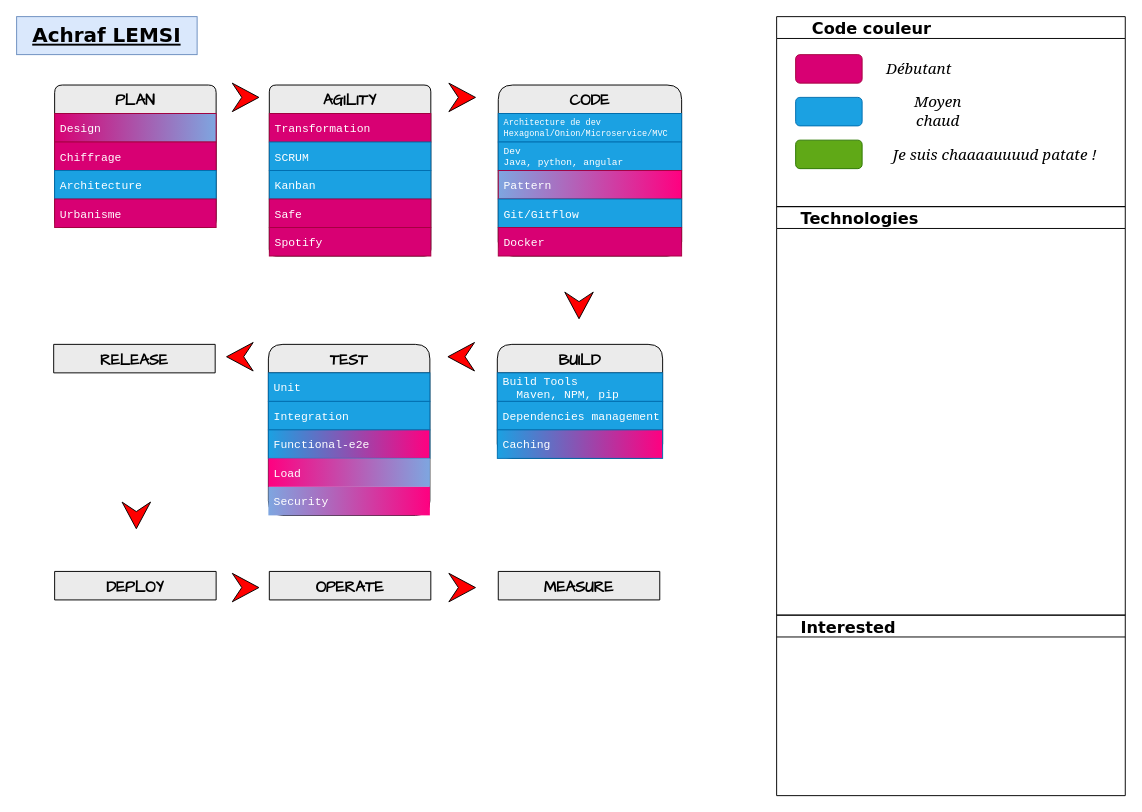
Earlier version of the draw.io diagram skills.drawio (teolia/TeoSchool_skills). Source tidied: cells renumbered, new cells numbered last; positions are measured from the earlier drawing's top-left corner, leaving out a move shared by most shapes. Both pictures are drawn from the tidied source at 95%, with x=0, y=0 at pixel (16, 16).
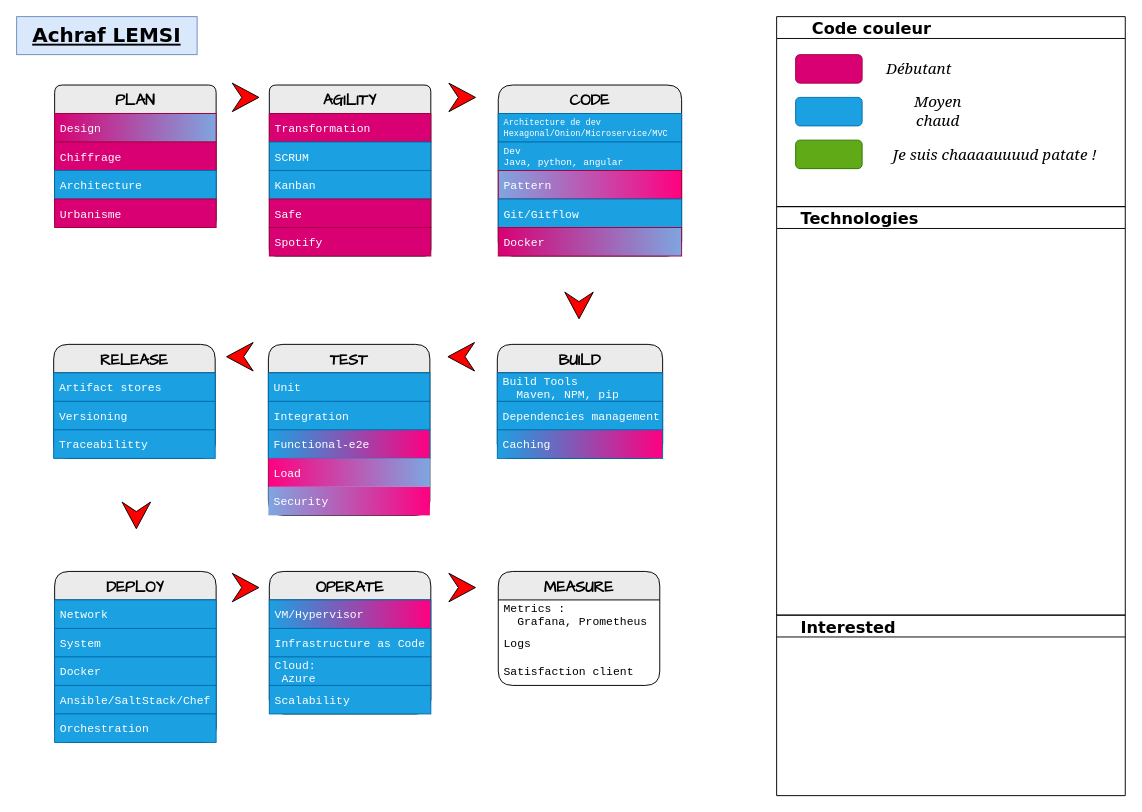
The same page after the edit.

The change refers to these unchanged cells:
```xml
<mxCell id="14" value="CODE" style="swimlane;fontStyle=1;horizontal=1;startSize=30;fontFamily=Comic Sans MS;rounded=1;arcSize=17;labelBackgroundColor=none;fillColor=#EBEBEB;fontSize=16;" parent="1" vertex="1">
  <mxGeometry x="507" y="72" width="193" height="180" as="geometry" />
</mxCell>
```

What changed in the source:
```diff
@@
-    <mxCell id="19" value="Docker" style="text;strokeColor=#A50040;fillColor=#d80073;align=left;verticalAlign=middle;spacingLeft=4;spacingRight=4;overflow=hidden;fontFamily=Courier New;fontColor=#ffffff;" parent="14" vertex="1">
+    <mxCell id="19" value="Docker" style="text;strokeColor=#A50040;fillColor=#d80073;align=left;verticalAlign=middle;spacingLeft=4;spacingRight=4;overflow=hidden;fontFamily=Courier New;fontColor=#ffffff;gradientColor=#7EA6E0;gradientDirection=east;" parent="14" vertex="1">
       <mxGeometry y="150" width="193" height="30" as="geometry" />
     </mxCell>
@@
-    <mxCell id="22" value="RELEASE" style="swimlane;fontStyle=1;horizontal=1;startSize=30;fontFamily=Comic Sans MS;rounded=1;arcSize=17;labelBackgroundColor=none;fillColor=#EBEBEB;fontSize=16;" parent="1" vertex="1" collapsed="1">
-      <mxGeometry x="39" y="345" width="170" height="30" as="geometry" />
+    <mxCell id="22" value="RELEASE" style="swimlane;fontStyle=1;horizontal=1;startSize=30;fontFamily=Comic Sans MS;rounded=1;arcSize=17;labelBackgroundColor=none;fillColor=#EBEBEB;fontSize=16;" parent="1" vertex="1">
+      <mxGeometry x="39" y="345" width="170" height="120" as="geometry" />
     </mxCell>
+    <mxCell id="51" value="Artifact stores" style="text;align=left;verticalAlign=middle;spacingLeft=4;spacingRight=4;overflow=hidden;fontFamily=Courier New;fillColor=#1ba1e2;fontColor=#ffffff;strokeColor=#006EAF;" parent="22" vertex="1">
+      <mxGeometry y="30" width="170" height="30" as="geometry" />
+    </mxCell>
+    <mxCell id="52" value="Versioning" style="text;strokeColor=#006EAF;fillColor=#1ba1e2;align=left;verticalAlign=middle;spacingLeft=4;spacingRight=4;overflow=hidden;fontFamily=Courier New;fontColor=#ffffff;" parent="22" vertex="1">
+      <mxGeometry y="60" width="170" height="30" as="geometry" />
+    </mxCell>
+    <mxCell id="53" value="Traceabilitty" style="text;strokeColor=#006EAF;fillColor=#1ba1e2;align=left;verticalAlign=middle;spacingLeft=4;spacingRight=4;overflow=hidden;fontFamily=Courier New;fontColor=#ffffff;" parent="22" vertex="1">
+      <mxGeometry y="90" width="170" height="30" as="geometry" />
+    </mxCell>
@@
-    <mxCell id="33" value="DEPLOY" style="swimlane;fontStyle=1;horizontal=1;startSize=30;fontFamily=Comic Sans MS;rounded=1;arcSize=17;labelBackgroundColor=none;fillColor=#EBEBEB;fontSize=16;" parent="1" vertex="1" collapsed="1">
-      <mxGeometry x="40" y="584" width="170" height="30" as="geometry" />
+    <mxCell id="33" value="DEPLOY" style="swimlane;fontStyle=1;horizontal=1;startSize=30;fontFamily=Comic Sans MS;rounded=1;arcSize=17;labelBackgroundColor=none;fillColor=#EBEBEB;fontSize=16;" parent="1" vertex="1">
+      <mxGeometry x="40" y="584" width="170" height="180" as="geometry" />
     </mxCell>
+    <mxCell id="54" value="Network" style="text;align=left;verticalAlign=middle;spacingLeft=4;spacingRight=4;overflow=hidden;fontFamily=Courier New;fillColor=#1ba1e2;fontColor=#ffffff;strokeColor=#006EAF;" parent="33" vertex="1">
+      <mxGeometry y="30" width="170" height="30" as="geometry" />
+    </mxCell>
+    <mxCell id="55" value="System" style="text;strokeColor=#006EAF;fillColor=#1ba1e2;align=left;verticalAlign=middle;spacingLeft=4;spacingRight=4;overflow=hidden;fontFamily=Courier New;fontColor=#ffffff;" parent="33" vertex="1">
+      <mxGeometry y="60" width="170" height="30" as="geometry" />
+    </mxCell>
+    <mxCell id="56" value="Docker" style="text;strokeColor=#006EAF;fillColor=#1ba1e2;align=left;verticalAlign=middle;spacingLeft=4;spacingRight=4;overflow=hidden;fontFamily=Courier New;fontColor=#ffffff;" parent="33" vertex="1">
+      <mxGeometry y="90" width="170" height="30" as="geometry" />
+    </mxCell>
+    <mxCell id="57" value="Ansible/SaltStack/Chef" style="text;strokeColor=#006EAF;fillColor=#1ba1e2;align=left;verticalAlign=middle;spacingLeft=4;spacingRight=4;overflow=hidden;fontFamily=Courier New;fontColor=#ffffff;" parent="33" vertex="1">
+      <mxGeometry y="120" width="170" height="30" as="geometry" />
+    </mxCell>
+    <mxCell id="58" value="Orchestration" style="text;strokeColor=#006EAF;fillColor=#1ba1e2;align=left;verticalAlign=middle;spacingLeft=4;spacingRight=4;overflow=hidden;fontFamily=Courier New;fontColor=#ffffff;" parent="33" vertex="1">
+      <mxGeometry y="150" width="170" height="30" as="geometry" />
+    </mxCell>
-    <mxCell id="34" value="OPERATE" style="swimlane;fontStyle=1;horizontal=1;startSize=30;fontFamily=Comic Sans MS;rounded=1;arcSize=17;labelBackgroundColor=none;fillColor=#EBEBEB;fontSize=16;" parent="1" vertex="1" collapsed="1">
-      <mxGeometry x="266" y="584" width="170" height="30" as="geometry" />
+    <mxCell id="34" value="OPERATE" style="swimlane;fontStyle=1;horizontal=1;startSize=30;fontFamily=Comic Sans MS;rounded=1;arcSize=17;labelBackgroundColor=none;fillColor=#EBEBEB;fontSize=16;" parent="1" vertex="1">
+      <mxGeometry x="266" y="584" width="170" height="150" as="geometry" />
     </mxCell>
+    <mxCell id="59" value="VM/Hypervisor" style="text;align=left;verticalAlign=middle;spacingLeft=4;spacingRight=4;overflow=hidden;fontFamily=Courier New;fillColor=#1ba1e2;fontColor=#ffffff;strokeColor=#006EAF;gradientColor=#FF0080;gradientDirection=east;" parent="34" vertex="1">
+      <mxGeometry y="30" width="170" height="30" as="geometry" />
+    </mxCell>
+    <mxCell id="60" value="Infrastructure as Code" style="text;strokeColor=#006EAF;fillColor=#1ba1e2;align=left;verticalAlign=middle;spacingLeft=4;spacingRight=4;overflow=hidden;fontFamily=Courier New;fontColor=#ffffff;" parent="34" vertex="1">
+      <mxGeometry y="60" width="170" height="30" as="geometry" />
+    </mxCell>
+    <mxCell id="61" value="Cloud:&#10; Azure" style="text;strokeColor=#006EAF;fillColor=#1ba1e2;align=left;verticalAlign=middle;spacingLeft=4;spacingRight=4;overflow=hidden;fontFamily=Courier New;fontColor=#ffffff;" parent="34" vertex="1">
+      <mxGeometry y="90" width="170" height="30" as="geometry" />
+    </mxCell>
+    <mxCell id="62" value="Scalability" style="text;strokeColor=#006EAF;fillColor=#1ba1e2;align=left;verticalAlign=middle;spacingLeft=4;spacingRight=4;overflow=hidden;fontFamily=Courier New;fontColor=#ffffff;" parent="34" vertex="1">
+      <mxGeometry y="120" width="170" height="30" as="geometry" />
+    </mxCell>
-    <mxCell id="35" value="MEASURE" style="swimlane;fontStyle=1;horizontal=1;startSize=30;fontFamily=Comic Sans MS;rounded=1;arcSize=17;labelBackgroundColor=none;fillColor=#EBEBEB;fontSize=16;" parent="1" vertex="1" collapsed="1">
-      <mxGeometry x="507" y="584" width="170" height="30" as="geometry" />
+    <mxCell id="35" value="MEASURE" style="swimlane;fontStyle=1;horizontal=1;startSize=30;fontFamily=Comic Sans MS;rounded=1;arcSize=17;labelBackgroundColor=none;fillColor=#EBEBEB;fontSize=16;" parent="1" vertex="1">
+      <mxGeometry x="507" y="584" width="170" height="120" as="geometry" />
     </mxCell>
+    <mxCell id="63" value="Metrics :&#10;  Grafana, Prometheus" style="text;align=left;verticalAlign=middle;spacingLeft=4;spacingRight=4;overflow=hidden;fontFamily=Courier New;" parent="35" vertex="1">
+      <mxGeometry y="30" width="170" height="30" as="geometry" />
+    </mxCell>
+    <mxCell id="64" value="Logs" style="text;strokeColor=none;fillColor=none;align=left;verticalAlign=middle;spacingLeft=4;spacingRight=4;overflow=hidden;fontFamily=Courier New;" parent="35" vertex="1">
+      <mxGeometry y="60" width="170" height="30" as="geometry" />
+    </mxCell>
+    <mxCell id="65" value="Satisfaction client" style="text;strokeColor=none;fillColor=none;align=left;verticalAlign=middle;spacingLeft=4;spacingRight=4;overflow=hidden;fontFamily=Courier New;" parent="35" vertex="1">
+      <mxGeometry y="90" width="170" height="30" as="geometry" />
+    </mxCell>
```
